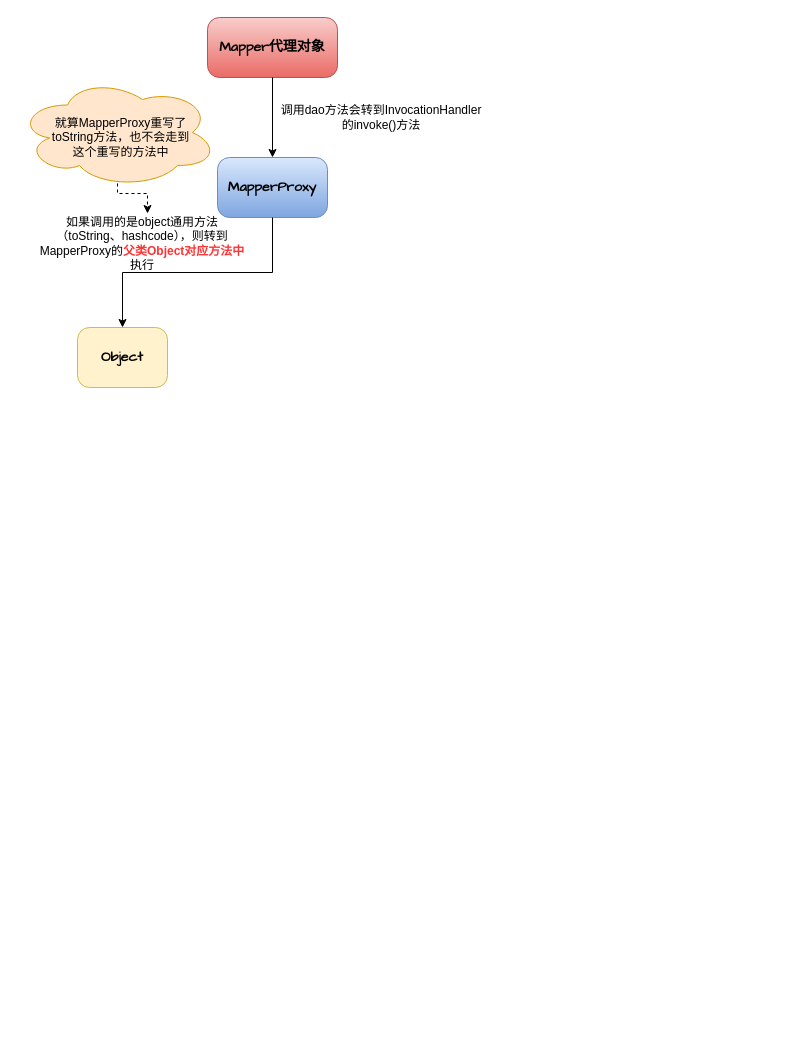
Above: page "Mapper调用dao方法" (5 of 5) of MyBatis概要流程.drawio in heweijun123/drawio-database (draw.io), before the change. Source tidied: cells renumbered, new cells numbered last; positions are measured from the earlier drawing's top-left corner, leaving out a move shared by most shapes. Both pictures are drawn from the tidied source at 100%, with x=0, y=0 at pixel (17, 17).
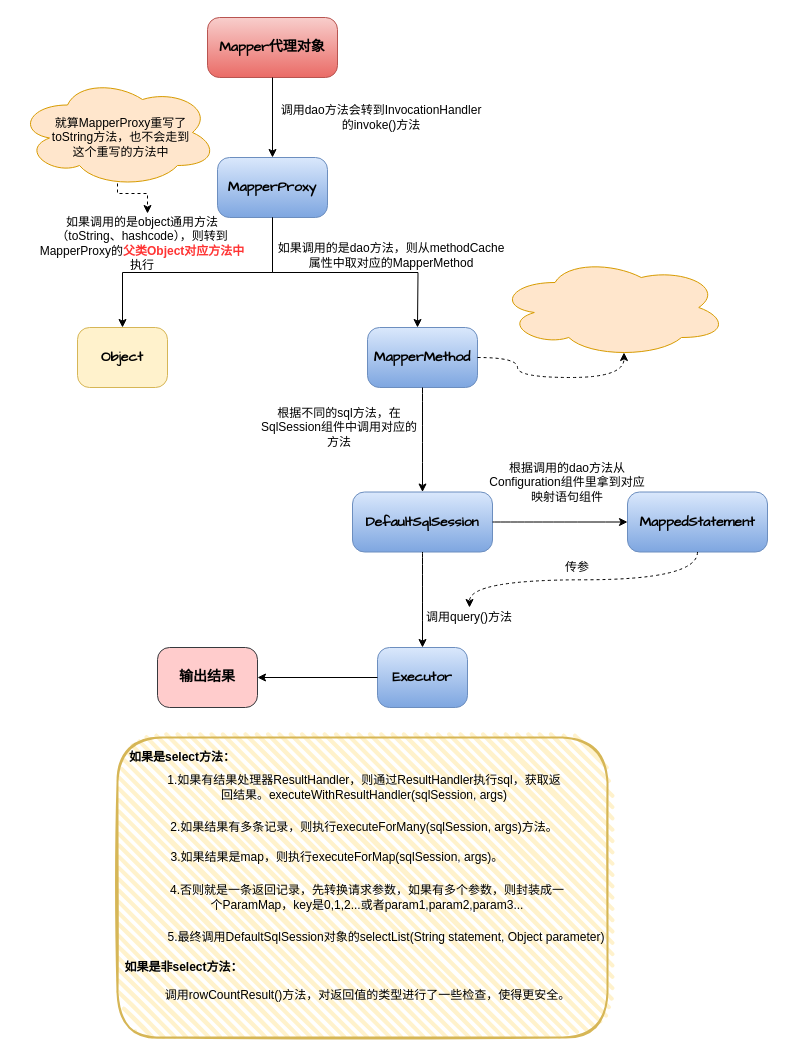
The same diagram, later.

Unchanged cells that the change refers to:
```xml
<mxCell id="5" value="&lt;span style=&quot;color: rgb(0 , 0 , 0) ; font-size: 14px&quot;&gt;&lt;b&gt;MapperProxy&lt;/b&gt;&lt;/span&gt;" style="rounded=1;whiteSpace=wrap;html=1;shadow=0;fontColor=#000000;strokeColor=#6c8ebf;fillColor=#dae8fc;gradientColor=#7ea6e0;arcSize=20;fontFamily=Comic Sans MS;" parent="4" vertex="1">
  <mxGeometry width="110" height="60" as="geometry" />
</mxCell>
```

The edit, as a diff of the source:
```diff
@@
+    <mxCell id="16" style="edgeStyle=orthogonalEdgeStyle;rounded=0;jettySize=auto;html=1;exitX=0.5;exitY=1;exitDx=0;exitDy=0;" parent="1" edge="1" source="5">
+      <mxGeometry relative="1" as="geometry">
+        <mxPoint x="400" y="310" as="targetPoint" />
+      </mxGeometry>
+    </mxCell>
+    <mxCell id="17" value="如果调用的是dao方法，则从methodCache属性中取对应的MapperMethod" style="text;html=1;strokeColor=none;fillColor=none;align=center;verticalAlign=middle;whiteSpace=wrap;rounded=0;" parent="1" vertex="1">
+      <mxGeometry x="259" y="228" width="230" height="20" as="geometry" />
+    </mxCell>
+    <mxCell id="18" style="group;" parent="1" vertex="1">
+      <mxGeometry x="350" y="310" width="110" height="60" as="geometry" />
+    </mxCell>
+    <mxCell id="19" value="&lt;span style=&quot;font-size: 14px&quot;&gt;&lt;b&gt;MapperMethod&lt;/b&gt;&lt;/span&gt;" style="rounded=1;whiteSpace=wrap;html=1;shadow=0;fontColor=#000000;strokeColor=#6c8ebf;fillColor=#dae8fc;gradientColor=#7ea6e0;arcSize=20;fontFamily=Comic Sans MS;" parent="18" vertex="1">
+      <mxGeometry width="110" height="60" as="geometry" />
+    </mxCell>
+    <mxCell id="20" style="group;" parent="1" vertex="1">
+      <mxGeometry x="480" y="240" width="230" height="100" as="geometry" />
+    </mxCell>
+    <mxCell id="21" style="ellipse;shape=cloud;whiteSpace=wrap;html=1;strokeColor=#d79b00;fillColor=#ffe6cc;" parent="20" vertex="1">
+      <mxGeometry width="230" height="100" as="geometry" />
+    </mxCell>
+    <mxCell id="22" style="edgeStyle=orthogonalEdgeStyle;rounded=0;jettySize=auto;html=1;exitX=1;exitY=0.5;exitDx=0;exitDy=0;entryX=0.55;entryY=0.95;entryDx=0;entryDy=0;entryPerimeter=0;curved=1;dashed=1;" parent="1" edge="1" source="19" target="21">
+      <mxGeometry relative="1" as="geometry">
+        <Array as="points">
+          <mxPoint x="500" y="340" />
+          <mxPoint x="500" y="360" />
+          <mxPoint x="607" y="360" />
+        </Array>
+      </mxGeometry>
+    </mxCell>
+    <mxCell id="23" style="group;" parent="1" vertex="1">
+      <mxGeometry x="335" y="474.5" width="140" height="60" as="geometry" />
+    </mxCell>
+    <mxCell id="24" value="&lt;span style=&quot;color: rgb(0 , 0 , 0) ; font-size: 14px&quot;&gt;&lt;b&gt;DefaultSqlSession&lt;/b&gt;&lt;/span&gt;" style="rounded=1;whiteSpace=wrap;html=1;shadow=0;fontColor=#000000;strokeColor=#6c8ebf;fillColor=#dae8fc;gradientColor=#7ea6e0;arcSize=20;fontFamily=Comic Sans MS;" parent="23" vertex="1">
+      <mxGeometry width="140" height="60" as="geometry" />
+    </mxCell>
+    <mxCell id="25" style="edgeStyle=orthogonalEdgeStyle;curved=1;rounded=0;jettySize=auto;html=1;exitX=0.5;exitY=1;exitDx=0;exitDy=0;" parent="1" edge="1" source="19" target="24">
+      <mxGeometry relative="1" as="geometry" />
+    </mxCell>
+    <mxCell id="26" value="根据不同的sql方法，在SqlSession组件中调用对应的方法" style="text;html=1;strokeColor=none;fillColor=none;align=center;verticalAlign=middle;whiteSpace=wrap;rounded=0;" parent="1" vertex="1">
+      <mxGeometry x="242" y="400" width="160" height="20" as="geometry" />
+    </mxCell>
+    <mxCell id="27" style="group;" parent="1" vertex="1">
+      <mxGeometry x="610" y="474.5" width="140" height="60" as="geometry" />
+    </mxCell>
+    <mxCell id="28" value="&lt;span style=&quot;font-size: 14px&quot;&gt;&lt;b&gt;MappedStatement&lt;/b&gt;&lt;/span&gt;" style="rounded=1;whiteSpace=wrap;html=1;shadow=0;fontColor=#000000;strokeColor=#6c8ebf;fillColor=#dae8fc;gradientColor=#7ea6e0;arcSize=20;fontFamily=Comic Sans MS;" parent="27" vertex="1">
+      <mxGeometry width="140" height="60" as="geometry" />
+    </mxCell>
+    <mxCell id="29" style="edgeStyle=orthogonalEdgeStyle;curved=1;rounded=0;jettySize=auto;html=1;exitX=1;exitY=0.5;exitDx=0;exitDy=0;" parent="1" edge="1" source="24" target="28">
+      <mxGeometry relative="1" as="geometry" />
+    </mxCell>
+    <mxCell id="30" value="根据调用的dao方法从Configuration组件里拿到对应映射语句组件" style="text;html=1;strokeColor=none;fillColor=none;align=center;verticalAlign=middle;whiteSpace=wrap;rounded=0;" parent="1" vertex="1">
+      <mxGeometry x="469" y="454.5" width="162" height="20" as="geometry" />
+    </mxCell>
+    <mxCell id="31" style="group;" parent="1" vertex="1">
+      <mxGeometry x="360" y="630" width="90" height="60" as="geometry" />
+    </mxCell>
+    <mxCell id="32" value="&lt;span style=&quot;color: rgb(0 , 0 , 0) ; font-size: 14px&quot;&gt;&lt;b&gt;Executor&lt;/b&gt;&lt;/span&gt;" style="rounded=1;whiteSpace=wrap;html=1;shadow=0;fontColor=#000000;strokeColor=#6c8ebf;fillColor=#dae8fc;gradientColor=#7ea6e0;arcSize=20;fontFamily=Comic Sans MS;" parent="31" vertex="1">
+      <mxGeometry width="90" height="60" as="geometry" />
+    </mxCell>
+    <mxCell id="33" style="edgeStyle=orthogonalEdgeStyle;curved=1;rounded=0;jettySize=auto;html=1;exitX=0.5;exitY=1;exitDx=0;exitDy=0;entryX=0.5;entryY=0;entryDx=0;entryDy=0;" parent="1" edge="1" source="24" target="32">
+      <mxGeometry relative="1" as="geometry" />
+    </mxCell>
+    <mxCell id="34" value="调用query()方法" style="text;html=1;strokeColor=none;fillColor=none;align=center;verticalAlign=middle;whiteSpace=wrap;rounded=0;" parent="1" vertex="1">
+      <mxGeometry x="402" y="590" width="100" height="20" as="geometry" />
+    </mxCell>
+    <mxCell id="35" style="edgeStyle=orthogonalEdgeStyle;curved=1;rounded=0;jettySize=auto;html=1;exitX=0.5;exitY=1;exitDx=0;exitDy=0;dashed=1;" parent="1" edge="1" source="28" target="34">
+      <mxGeometry relative="1" as="geometry" />
+    </mxCell>
+    <mxCell id="36" value="传参" style="text;html=1;strokeColor=none;fillColor=none;align=center;verticalAlign=middle;whiteSpace=wrap;rounded=0;" parent="1" vertex="1">
+      <mxGeometry x="540" y="540" width="40" height="20" as="geometry" />
+    </mxCell>
+    <mxCell id="37" style="group;" parent="1" vertex="1">
+      <mxGeometry x="140" y="630" width="100" height="60" as="geometry" />
+    </mxCell>
+    <mxCell id="38" value="&lt;span style=&quot;font-size: 14px&quot;&gt;&lt;b&gt;输出结果&lt;/b&gt;&lt;/span&gt;" style="rounded=1;whiteSpace=wrap;html=1;shadow=0;strokeColor=#36393d;fillColor=#ffcccc;arcSize=20;fontFamily=Comic Sans MS;" parent="37" vertex="1">
+      <mxGeometry width="100" height="60" as="geometry" />
+    </mxCell>
+    <mxCell id="39" style="rounded=0;jettySize=auto;html=1;exitX=0;exitY=0.5;exitDx=0;exitDy=0;" parent="1" edge="1" source="32" target="38">
+      <mxGeometry relative="1" as="geometry">
+        <Array as="points">
+          <mxPoint x="240" y="660" />
+        </Array>
+      </mxGeometry>
+    </mxCell>
+    <mxCell id="40" style="group;" parent="1" vertex="1">
+      <mxGeometry x="100" y="720" width="494" height="300" as="geometry" />
+    </mxCell>
+    <mxCell id="41" style="rounded=1;whiteSpace=wrap;html=1;strokeWidth=2;fillWeight=4;hachureGap=8;hachureAngle=45;fillColor=#fff2cc;sketch=1;strokeColor=#d6b656;" parent="40" vertex="1">
+      <mxGeometry width="490" height="300" as="geometry" />
+    </mxCell>
+    <mxCell id="42" value="1.如果有结果处理器ResultHandler，则通过ResultHandler执行sql，获取返回结果。executeWithResultHandler(sqlSession, args)" style="text;html=1;strokeColor=none;fillColor=none;align=center;verticalAlign=middle;whiteSpace=wrap;rounded=0;" parent="40" vertex="1">
+      <mxGeometry x="44" y="40" width="406" height="20" as="geometry" />
+    </mxCell>
+    <mxCell id="43" value="2.如果结果有多条记录，则执行executeForMany(sqlSession, args)方法。" style="text;html=1;strokeColor=none;fillColor=none;align=center;verticalAlign=middle;whiteSpace=wrap;rounded=0;" parent="40" vertex="1">
+      <mxGeometry x="44" y="80" width="406" height="20" as="geometry" />
+    </mxCell>
+    <mxCell id="44" value="3.如果结果是map，则执行executeForMap(sqlSession, args)。" style="text;html=1;strokeColor=none;fillColor=none;align=center;verticalAlign=middle;whiteSpace=wrap;rounded=0;" parent="40" vertex="1">
+      <mxGeometry x="50" y="110" width="340" height="20" as="geometry" />
+    </mxCell>
+    <mxCell id="45" value="4.否则就是一条返回记录，先转换请求参数，如果有多个参数，则封装成一个ParamMap，key是0,1,2...或者param1,param2,param3..." style="text;html=1;strokeColor=none;fillColor=none;align=center;verticalAlign=middle;whiteSpace=wrap;rounded=0;" parent="40" vertex="1">
+      <mxGeometry x="47" y="150" width="406" height="20" as="geometry" />
+    </mxCell>
+    <mxCell id="46" value="5.最终调用DefaultSqlSession对象的selectList(String statement, Object parameter)" style="text;html=1;strokeColor=none;fillColor=none;align=center;verticalAlign=middle;whiteSpace=wrap;rounded=0;" parent="40" vertex="1">
+      <mxGeometry x="44" y="190" width="450" height="20" as="geometry" />
+    </mxCell>
+    <mxCell id="47" value="&lt;b&gt;如果是select方法：&lt;/b&gt;" style="text;html=1;strokeColor=none;fillColor=none;align=center;verticalAlign=middle;whiteSpace=wrap;rounded=0;" parent="40" vertex="1">
+      <mxGeometry x="10" y="10" width="110" height="20" as="geometry" />
+    </mxCell>
+    <mxCell id="48" value="&lt;b&gt;如果是非select方法：&lt;/b&gt;" style="text;html=1;strokeColor=none;fillColor=none;align=center;verticalAlign=middle;whiteSpace=wrap;rounded=0;" parent="40" vertex="1">
+      <mxGeometry x="6" y="220" width="121" height="20" as="geometry" />
+    </mxCell>
+    <mxCell id="49" value="调用rowCountResult()方法，对返回值的类型进行了一些检查，使得更安全。" style="text;html=1;strokeColor=none;fillColor=none;align=center;verticalAlign=middle;whiteSpace=wrap;rounded=0;" parent="40" vertex="1">
+      <mxGeometry x="44" y="250" width="413" height="15" as="geometry" />
+    </mxCell>
```
